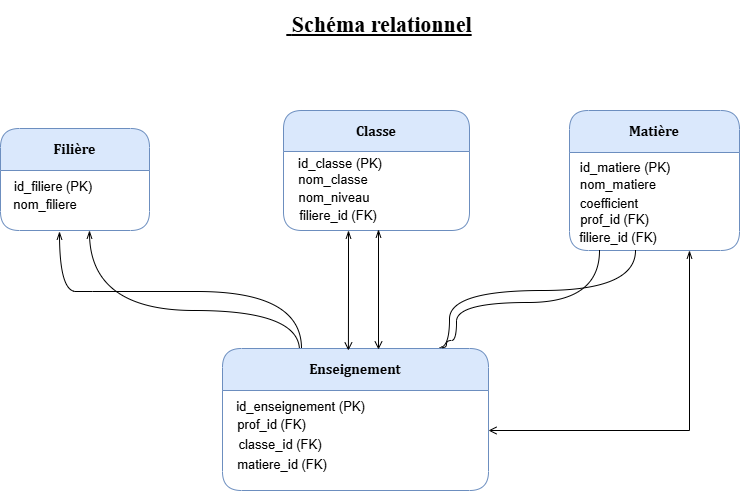
Before: images/_Schema_relationnel_gestion_etudiants.drawio.png, a diagram exported from draw.io (HamethDiouf/projet-gestion-notes). Source tidied: cells renumbered, new cells last; positions are measured from the earlier drawing's top-left corner, leaving out a move shared by most shapes.
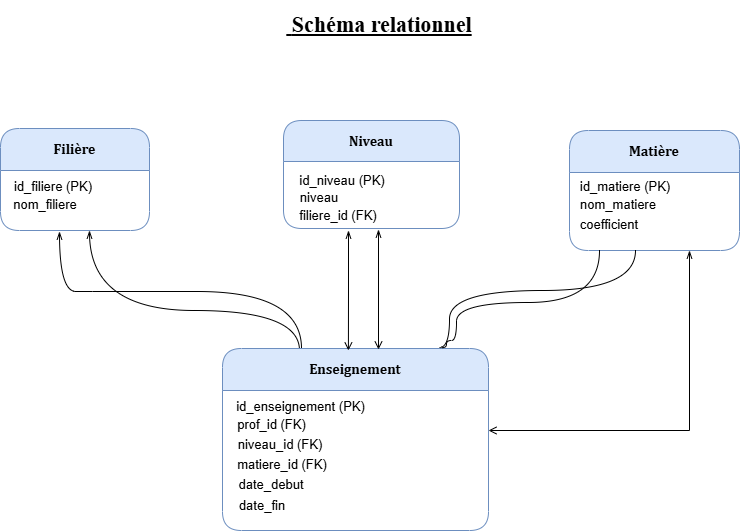
After the change.

Change to the diagram source:
```diff
@@ -21,15 +21,12 @@
     <mxCell id="5" value="&lt;font style=&quot;font-size: 13px;&quot;&gt;nom_filiere&lt;/font&gt;" style="text;html=1;whiteSpace=wrap;strokeColor=none;fillColor=none;align=center;verticalAlign=middle;rounded=0;" parent="1" vertex="1">
       <mxGeometry x="15" y="178" width="60" height="32" as="geometry" />
     </mxCell>
-    <mxCell id="6" value="&lt;font style=&quot;font-size: 14px;&quot; face=&quot;Cambria&quot;&gt;Classe&lt;/font&gt;" style="swimlane;whiteSpace=wrap;html=1;startSize=41;rounded=1;fillColor=#dae8fc;strokeColor=#6c8ebf;" parent="1" vertex="1">
-      <mxGeometry x="283" y="100" width="186" height="120" as="geometry" />
+    <mxCell id="6" value="&lt;font style=&quot;font-size: 14px;&quot; face=&quot;Cambria&quot;&gt;Niveau&lt;/font&gt;" style="swimlane;whiteSpace=wrap;html=1;startSize=41;rounded=1;fillColor=#dae8fc;strokeColor=#6c8ebf;" parent="1" vertex="1">
+      <mxGeometry x="283" y="110" width="176" height="108" as="geometry" />
     </mxCell>
-    <mxCell id="7" value="&lt;font style=&quot;font-size: 13px;&quot;&gt;id_classe (PK)&lt;/font&gt;" style="text;html=1;whiteSpace=wrap;strokeColor=none;fillColor=none;align=center;verticalAlign=middle;rounded=0;" parent="1" vertex="1">
-      <mxGeometry x="290" y="138" width="100" height="30" as="geometry" />
+    <mxCell id="7" value="&lt;font style=&quot;font-size: 13px;&quot;&gt;id_niveau (PK)&lt;/font&gt;" style="text;html=1;whiteSpace=wrap;strokeColor=none;fillColor=none;align=center;verticalAlign=middle;rounded=0;" parent="1" vertex="1">
+      <mxGeometry x="292" y="155" width="100" height="30" as="geometry" />
     </mxCell>
-    <mxCell id="8" value="&lt;font style=&quot;font-size: 13px;&quot;&gt;nom_classe&lt;/font&gt;" style="text;html=1;whiteSpace=wrap;strokeColor=none;fillColor=none;align=center;verticalAlign=middle;rounded=0;" parent="1" vertex="1">
-      <mxGeometry x="303" y="151" width="60" height="36" as="geometry" />
-    </mxCell>
     <mxCell id="9" style="edgeStyle=orthogonalEdgeStyle;rounded=0;orthogonalLoop=1;jettySize=auto;html=1;endArrow=none;endFill=0;startArrow=open;startFill=0;" parent="1" edge="1">
       <mxGeometry relative="1" as="geometry">
         <mxPoint x="488" y="420" as="sourcePoint" />
@@ -37,15 +34,21 @@
       </mxGeometry>
     </mxCell>
     <mxCell id="10" value="&lt;font style=&quot;font-size: 14px;&quot; face=&quot;Cambria&quot;&gt;Enseignement&lt;/font&gt;" style="swimlane;whiteSpace=wrap;html=1;startSize=42;rounded=1;fillColor=#dae8fc;strokeColor=#6c8ebf;" parent="1" vertex="1">
-      <mxGeometry x="222" y="338" width="266" height="142" as="geometry" />
+      <mxGeometry x="222" y="338" width="266" height="182" as="geometry" />
     </mxCell>
+    <mxCell id="30" value="&lt;font style=&quot;font-size: 13px;&quot;&gt;date_debut&lt;/font&gt;" style="text;html=1;whiteSpace=wrap;strokeColor=none;fillColor=none;align=center;verticalAlign=middle;rounded=0;" parent="10" vertex="1">
+      <mxGeometry x="19" y="121" width="60" height="30" as="geometry" />
+    </mxCell>
+    <mxCell id="31" value="&lt;font style=&quot;font-size: 13px;&quot;&gt;date_fin&lt;/font&gt;" style="text;html=1;whiteSpace=wrap;strokeColor=none;fillColor=none;align=center;verticalAlign=middle;rounded=0;" parent="10" vertex="1">
+      <mxGeometry x="10" y="142" width="60" height="30" as="geometry" />
+    </mxCell>
     <mxCell id="11" value="&lt;font style=&quot;font-size: 13px;&quot;&gt;id_enseignement (PK)&lt;/font&gt;" style="text;html=1;whiteSpace=wrap;strokeColor=none;fillColor=none;align=center;verticalAlign=middle;rounded=0;" parent="1" vertex="1">
       <mxGeometry x="235" y="381" width="131" height="30" as="geometry" />
     </mxCell>
     <mxCell id="12" value="&lt;font style=&quot;font-size: 13px;&quot;&gt;prof_id (FK)&lt;/font&gt;" style="text;html=1;whiteSpace=wrap;strokeColor=none;fillColor=none;align=center;verticalAlign=middle;rounded=0;" parent="1" vertex="1">
       <mxGeometry x="235" y="398" width="73" height="32" as="geometry" />
     </mxCell>
-    <mxCell id="13" value="&lt;font style=&quot;font-size: 13px;&quot;&gt;classe_id (FK)&lt;/font&gt;" style="text;html=1;whiteSpace=wrap;strokeColor=none;fillColor=none;align=center;verticalAlign=middle;rounded=0;" parent="1" vertex="1">
+    <mxCell id="13" value="&lt;font style=&quot;font-size: 13px;&quot;&gt;niveau_id (FK)&lt;/font&gt;" style="text;html=1;whiteSpace=wrap;strokeColor=none;fillColor=none;align=center;verticalAlign=middle;rounded=0;" parent="1" vertex="1">
       <mxGeometry x="234" y="419" width="92" height="30" as="geometry" />
     </mxCell>
     <mxCell id="14" value="&lt;font style=&quot;font-size: 13px;&quot;&gt;matiere_id (FK)&lt;/font&gt;" style="text;html=1;whiteSpace=wrap;strokeColor=none;fillColor=none;align=center;verticalAlign=middle;rounded=0;" parent="1" vertex="1">
@@ -58,16 +61,16 @@
       </mxGeometry>
     </mxCell>
     <mxCell id="16" value="&lt;font style=&quot;font-size: 14px;&quot; face=&quot;Cambria&quot;&gt;Matière&lt;/font&gt;" style="swimlane;whiteSpace=wrap;html=1;startSize=42;rounded=1;fillColor=#dae8fc;strokeColor=#6c8ebf;direction=east;" parent="1" vertex="1">
-      <mxGeometry x="569" y="100" width="170" height="140" as="geometry" />
+      <mxGeometry x="569" y="120" width="170" height="120" as="geometry" />
     </mxCell>
     <mxCell id="17" value="&lt;font style=&quot;font-size: 13px;&quot;&gt;id_matiere (PK)&lt;/font&gt;" style="text;html=1;whiteSpace=wrap;strokeColor=none;fillColor=none;align=center;verticalAlign=middle;rounded=0;" parent="1" vertex="1">
-      <mxGeometry x="575" y="142" width="100" height="30" as="geometry" />
+      <mxGeometry x="575" y="161" width="100" height="30" as="geometry" />
     </mxCell>
     <mxCell id="18" value="&lt;font style=&quot;font-size: 13px;&quot;&gt;nom_matiere&lt;/font&gt;" style="text;html=1;whiteSpace=wrap;strokeColor=none;fillColor=none;align=center;verticalAlign=middle;rounded=0;" parent="1" vertex="1">
-      <mxGeometry x="588" y="158" width="60" height="32" as="geometry" />
+      <mxGeometry x="588" y="178" width="60" height="32" as="geometry" />
     </mxCell>
     <mxCell id="19" value="&lt;font style=&quot;font-size: 13px;&quot;&gt;coefficient&lt;/font&gt;" style="text;html=1;whiteSpace=wrap;strokeColor=none;fillColor=none;align=center;verticalAlign=middle;rounded=0;" parent="1" vertex="1">
-      <mxGeometry x="579" y="178" width="60" height="30" as="geometry" />
+      <mxGeometry x="579" y="199" width="60" height="30" as="geometry" />
     </mxCell>
     <mxCell id="20" value="&lt;p class=&quot;MsoNormal&quot;&gt;&lt;font style=&quot;font-size: 22px;&quot;&gt;&lt;u&gt;&lt;span style=&quot;font-family: &amp;quot;Times New Roman&amp;quot;;&quot;&gt;&amp;nbsp;&lt;/span&gt;&lt;b style=&quot;&quot;&gt;&lt;span class=&quot;15&quot; style=&quot;font-family: &amp;quot;Times New Roman&amp;quot;;&quot;&gt;Schéma relationnel&lt;/span&gt;&lt;/b&gt;&lt;/u&gt;&lt;/font&gt;&lt;/p&gt;" style="text;html=1;whiteSpace=wrap;strokeColor=none;fillColor=none;align=center;verticalAlign=middle;rounded=0;" parent="1" vertex="1">
       <mxGeometry x="269" width="220" height="30" as="geometry" />
@@ -118,17 +121,11 @@
         </Array>
       </mxGeometry>
     </mxCell>
-    <mxCell id="26" value="&lt;font style=&quot;font-size: 13px;&quot;&gt;nom_niveau&lt;/font&gt;" style="text;html=1;whiteSpace=wrap;strokeColor=none;fillColor=none;align=center;verticalAlign=middle;rounded=0;" parent="1" vertex="1">
-      <mxGeometry x="304" y="172" width="60" height="30" as="geometry" />
+    <mxCell id="26" value="&lt;font style=&quot;font-size: 13px;&quot;&gt;niveau&lt;/font&gt;" style="text;html=1;whiteSpace=wrap;strokeColor=none;fillColor=none;align=center;verticalAlign=middle;rounded=0;" parent="1" vertex="1">
+      <mxGeometry x="289" y="172" width="60" height="30" as="geometry" />
     </mxCell>
     <mxCell id="27" value="&lt;font style=&quot;font-size: 13px;&quot;&gt;filiere_id (FK)&lt;/font&gt;" style="text;html=1;whiteSpace=wrap;strokeColor=none;fillColor=none;align=center;verticalAlign=middle;rounded=0;" parent="1" vertex="1">
-      <mxGeometry x="291" y="190" width="94" height="30" as="geometry" />
+      <mxGeometry x="296" y="190" width="84" height="30" as="geometry" />
     </mxCell>
-    <mxCell id="28" value="&lt;font style=&quot;font-size: 13px;&quot;&gt;prof_id (FK)&lt;/font&gt;" style="text;html=1;whiteSpace=wrap;strokeColor=none;fillColor=none;align=center;verticalAlign=middle;rounded=0;" parent="1" vertex="1">
-      <mxGeometry x="570" y="194" width="89" height="30" as="geometry" />
-    </mxCell>
-    <mxCell id="29" value="&lt;span style=&quot;font-size: 13px;&quot;&gt;filiere_id (FK)&lt;/span&gt;" style="text;html=1;whiteSpace=wrap;strokeColor=none;fillColor=none;align=center;verticalAlign=middle;rounded=0;" parent="1" vertex="1">
-      <mxGeometry x="578" y="211" width="80" height="32" as="geometry" />
-    </mxCell>
   </root>
 </mxGraphModel>
```
